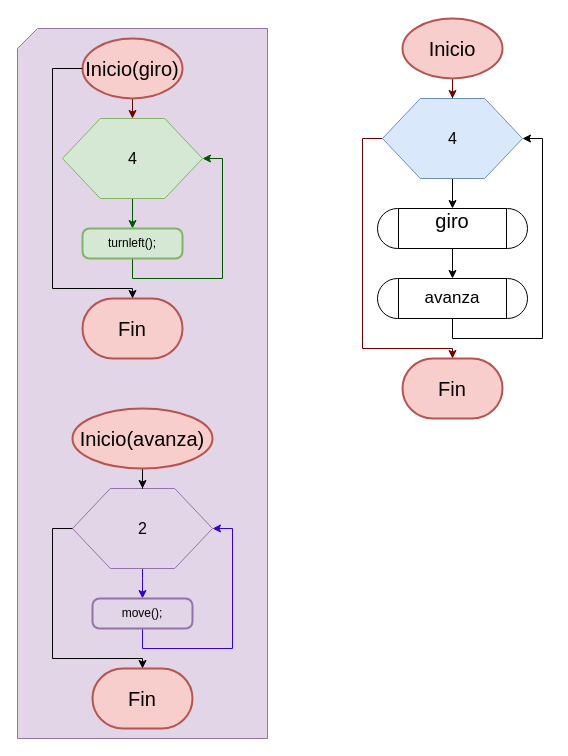
Earlier version of the draw.io diagram GirosF.drawio (PedroJOH/Ejercicios_karel). Source tidied: cells renumbered, new cells numbered last; positions are measured from the earlier drawing's top-left corner, leaving out a move shared by most shapes. Both pictures are drawn from the tidied source at 100%, with x=0, y=0 at pixel (17, 18).
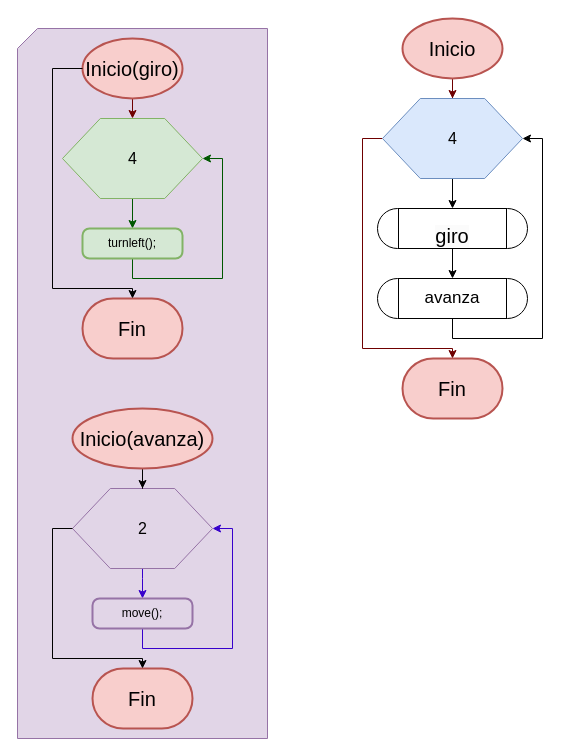
After the change.

What changed in the source:
```diff
@@
-    <mxCell id="26" value="&#10;&lt;span style=&quot;color: rgb(0, 0, 0); font-family: Helvetica; font-size: 20px; font-style: normal; font-variant-ligatures: normal; font-variant-caps: normal; font-weight: 400; letter-spacing: normal; orphans: 2; text-align: center; text-indent: 0px; text-transform: none; widows: 2; word-spacing: 0px; -webkit-text-stroke-width: 0px; background-color: rgb(251, 251, 251); text-decoration-thickness: initial; text-decoration-style: initial; text-decoration-color: initial; float: none; display: inline !important;&quot;&gt;giro&lt;/span&gt;&#10;&#10;" style="verticalLabelPosition=middle;verticalAlign=middle;html=1;shape=process;whiteSpace=wrap;rounded=1;size=0.14;arcSize=50;labelPosition=center;align=center;" parent="1" vertex="1">
+    <mxCell id="26" value="&lt;br&gt;&lt;span style=&quot;color: rgb(0, 0, 0); font-family: Helvetica; font-size: 20px; font-style: normal; font-variant-ligatures: normal; font-variant-caps: normal; font-weight: 400; letter-spacing: normal; orphans: 2; text-align: center; text-indent: 0px; text-transform: none; widows: 2; word-spacing: 0px; -webkit-text-stroke-width: 0px; background-color: rgb(251, 251, 251); text-decoration-thickness: initial; text-decoration-style: initial; text-decoration-color: initial; float: none; display: inline !important;&quot;&gt;giro&lt;/span&gt;" style="verticalLabelPosition=middle;verticalAlign=middle;html=1;shape=process;whiteSpace=wrap;rounded=1;size=0.14;arcSize=50;labelPosition=center;align=center;" parent="1" vertex="1">
       <mxGeometry x="360" y="190" width="150" height="40" as="geometry" />
     </mxCell>
```
